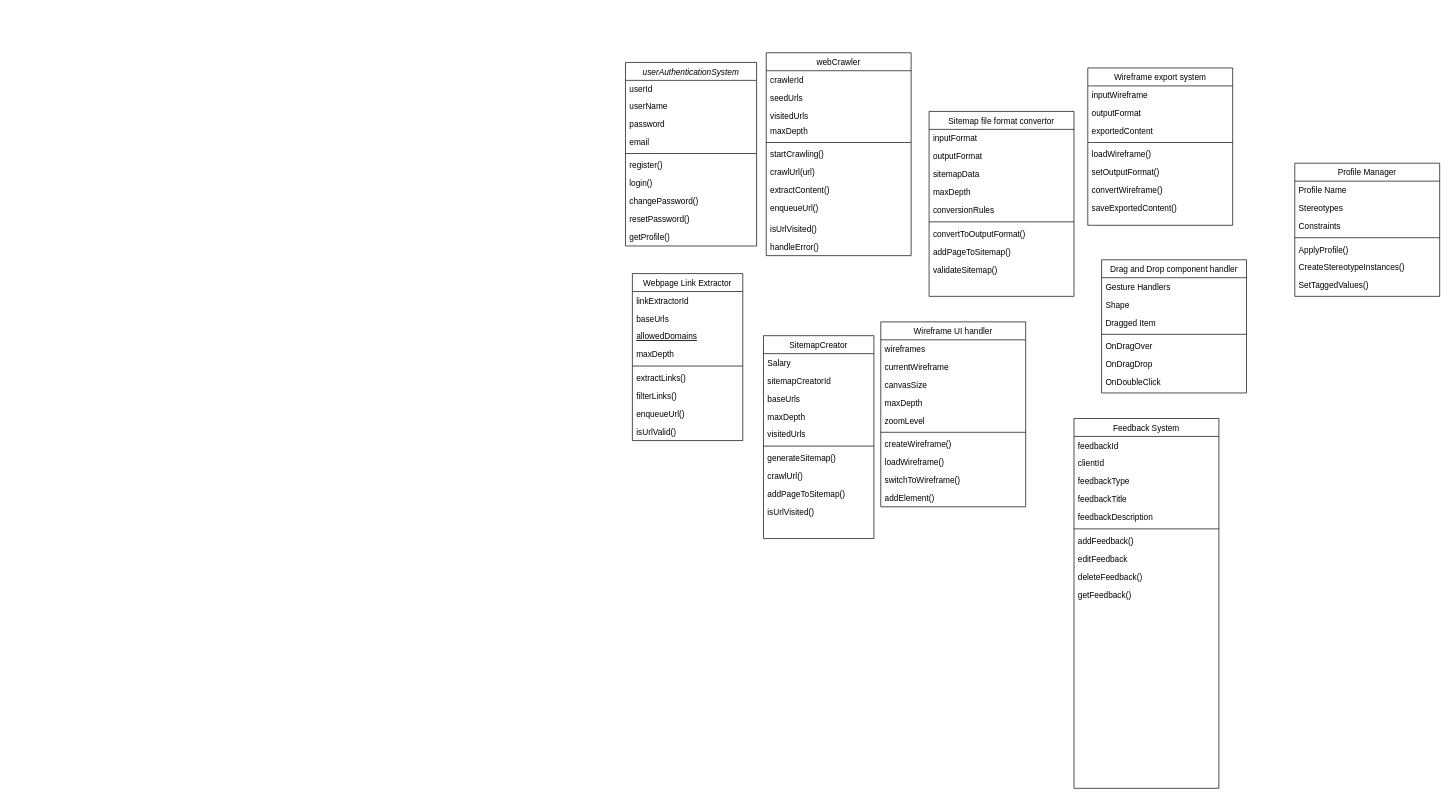
Above: Untitled Diagram.drawio in AnandWebTest/WebTest (draw.io), before the change. Source tidied: cells renumbered, new cells numbered last; positions are measured from the earlier drawing's top-left corner, leaving out a move shared by most shapes. Both pictures are drawn from the tidied source at 69%, with x=0, y=0 at pixel (625, 52).
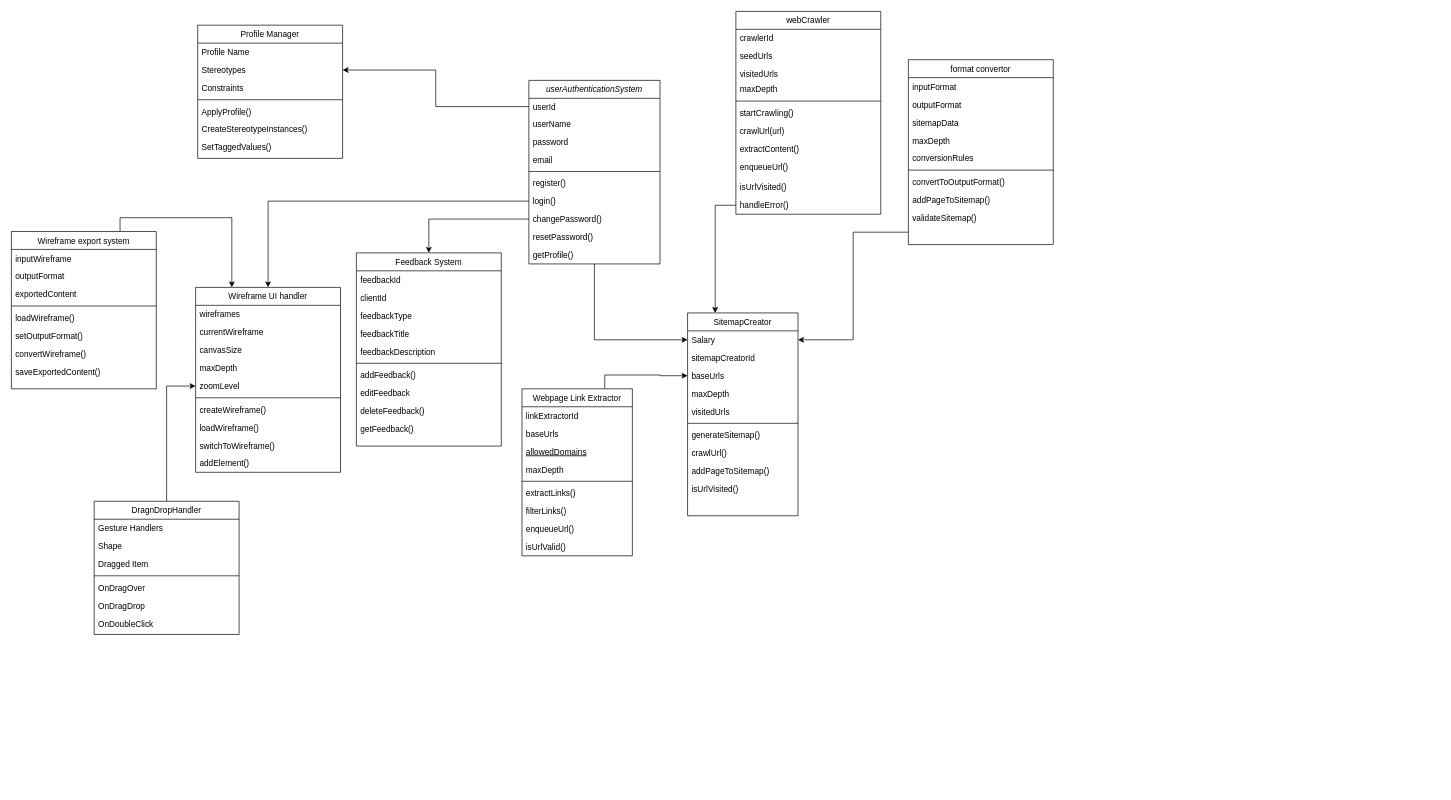
Above is the later version.

Unchanged cells that the change refers to:
```xml
<mxCell id="3" value="userId" style="text;align=left;verticalAlign=top;spacingLeft=4;spacingRight=4;overflow=hidden;points=[[0,0.5],[1,0.5]];portConstraint=eastwest;" parent="2" vertex="1">
  <mxGeometry y="26" width="190" height="24" as="geometry" />
</mxCell>
<mxCell id="9" value="login()" style="text;align=left;verticalAlign=top;spacingLeft=4;spacingRight=4;overflow=hidden;points=[[0,0.5],[1,0.5]];portConstraint=eastwest;" parent="2" vertex="1">
  <mxGeometry y="162" width="190" height="26" as="geometry" />
</mxCell>
<mxCell id="10" value="changePassword()" style="text;align=left;verticalAlign=top;spacingLeft=4;spacingRight=4;overflow=hidden;points=[[0,0.5],[1,0.5]];portConstraint=eastwest;" parent="2" vertex="1">
  <mxGeometry y="188" width="190" height="26" as="geometry" />
</mxCell>
<mxCell id="24" value="Salary" style="text;align=left;verticalAlign=top;spacingLeft=4;spacingRight=4;overflow=hidden;points=[[0,0.5],[1,0.5]];portConstraint=eastwest;" parent="23" vertex="1">
  <mxGeometry y="26" width="160" height="26" as="geometry" />
</mxCell>
<mxCell id="26" value="baseUrls" style="text;align=left;verticalAlign=top;spacingLeft=4;spacingRight=4;overflow=hidden;points=[[0,0.5],[1,0.5]];portConstraint=eastwest;" parent="23" vertex="1">
  <mxGeometry y="78" width="160" height="26" as="geometry" />
</mxCell>
<mxCell id="45" value="handleError()" style="text;align=left;verticalAlign=top;spacingLeft=4;spacingRight=4;overflow=hidden;points=[[0,0.5],[1,0.5]];portConstraint=eastwest;" parent="34" vertex="1">
  <mxGeometry y="268" width="210" height="26" as="geometry" />
</mxCell>
<mxCell id="86" value="Stereotypes" style="text;align=left;verticalAlign=top;spacingLeft=4;spacingRight=4;overflow=hidden;points=[[0,0.5],[1,0.5]];portConstraint=eastwest;" parent="84" vertex="1">
  <mxGeometry y="52" width="210" height="26" as="geometry" />
</mxCell>
<mxCell id="97" value="zoomLevel" style="text;align=left;verticalAlign=top;spacingLeft=4;spacingRight=4;overflow=hidden;points=[[0,0.5],[1,0.5]];portConstraint=eastwest;" parent="92" vertex="1">
  <mxGeometry y="130" width="210" height="26" as="geometry" />
</mxCell>
```

Change to the diagram source:
```diff
@@
+    <mxCell id="103" style="edgeStyle=orthogonalEdgeStyle;rounded=0;jettySize=auto;html=1;entryX=0;entryY=0.5;entryDx=0;entryDy=0;" parent="1" edge="1" source="2" target="24">
+      <mxGeometry relative="1" as="geometry" />
+    </mxCell>
     <mxCell id="2" value="userAuthenticationSystem" style="swimlane;fontStyle=2;align=center;verticalAlign=top;horizontal=1;startSize=26;rounded=0;shadow=0;strokeWidth=1;" parent="1" vertex="1">
-      <mxGeometry y="14" width="190" height="266" as="geometry" />
+      <mxGeometry x="-140" y="40" width="190" height="266" as="geometry" />
     </mxCell>
@@
+    <mxCell id="104" style="edgeStyle=orthogonalEdgeStyle;rounded=0;jettySize=auto;html=1;exitX=0.75;exitY=0;exitDx=0;exitDy=0;entryX=0;entryY=0.5;entryDx=0;entryDy=0;" parent="1" edge="1" source="13" target="26">
+      <mxGeometry relative="1" as="geometry" />
+    </mxCell>
     <mxCell id="13" value="Webpage Link Extractor" style="swimlane;fontStyle=0;align=center;verticalAlign=top;horizontal=1;startSize=26;rounded=0;shadow=0;strokeWidth=1;" parent="1" vertex="1">
-      <mxGeometry x="10" y="320" width="160" height="242" as="geometry" />
+      <mxGeometry x="-150" y="487" width="160" height="242" as="geometry" />
     </mxCell>
@@
     <mxCell id="23" value="SitemapCreator" style="swimlane;fontStyle=0;align=center;verticalAlign=top;horizontal=1;startSize=26;rounded=0;shadow=0;strokeWidth=1;" parent="1" vertex="1">
-      <mxGeometry x="200" y="410" width="160" height="294" as="geometry" />
+      <mxGeometry x="90" y="377" width="160" height="294" as="geometry" />
     </mxCell>
@@
     <mxCell id="34" value="webCrawler" style="swimlane;fontStyle=0;align=center;verticalAlign=top;horizontal=1;startSize=26;rounded=0;shadow=0;strokeWidth=1;" parent="1" vertex="1">
-      <mxGeometry x="204" width="210" height="294" as="geometry" />
+      <mxGeometry x="160" y="-60" width="210" height="294" as="geometry" />
     </mxCell>
@@
+    <mxCell id="105" style="edgeStyle=orthogonalEdgeStyle;rounded=0;jettySize=auto;html=1;entryX=1;entryY=0.5;entryDx=0;entryDy=0;" parent="1" edge="1" source="46" target="24">
+      <mxGeometry relative="1" as="geometry">
+        <Array as="points">
+          <mxPoint x="330" y="260" />
+          <mxPoint x="330" y="416" />
+        </Array>
+      </mxGeometry>
+    </mxCell>
-    <mxCell id="46" value="Sitemap file format convertor" style="swimlane;fontStyle=0;align=center;verticalAlign=top;horizontal=1;startSize=26;rounded=0;shadow=0;strokeWidth=1;" parent="1" vertex="1">
-      <mxGeometry x="440" y="85" width="210" height="268" as="geometry" />
+    <mxCell id="46" value="format convertor" style="swimlane;fontStyle=0;align=center;verticalAlign=top;horizontal=1;startSize=26;rounded=0;shadow=0;strokeWidth=1;" parent="1" vertex="1">
+      <mxGeometry x="410" y="10" width="210" height="268" as="geometry" />
     </mxCell>
@@
     <mxCell id="56" value="Feedback System" style="swimlane;fontStyle=0;align=center;verticalAlign=top;horizontal=1;startSize=26;rounded=0;shadow=0;strokeWidth=1;" parent="1" vertex="1">
-      <mxGeometry x="650" y="530" width="210" height="536" as="geometry" />
+      <mxGeometry x="-390" y="290" width="210" height="280" as="geometry" />
     </mxCell>
@@
+    <mxCell id="106" style="edgeStyle=orthogonalEdgeStyle;rounded=0;jettySize=auto;html=1;exitX=0.75;exitY=0;exitDx=0;exitDy=0;entryX=0.25;entryY=0;entryDx=0;entryDy=0;" parent="1" edge="1" source="67" target="92">
+      <mxGeometry relative="1" as="geometry" />
+    </mxCell>
     <mxCell id="67" value="Wireframe export system" style="swimlane;fontStyle=0;align=center;verticalAlign=top;horizontal=1;startSize=26;rounded=0;shadow=0;strokeWidth=1;" parent="1" vertex="1">
-      <mxGeometry x="670" y="22" width="210" height="228" as="geometry" />
+      <mxGeometry x="-890" y="259" width="210" height="228" as="geometry" />
     </mxCell>
@@
+    <mxCell id="107" style="edgeStyle=orthogonalEdgeStyle;rounded=0;jettySize=auto;html=1;exitX=0.5;exitY=0;exitDx=0;exitDy=0;" parent="1" edge="1" source="76" target="97">
+      <mxGeometry relative="1" as="geometry" />
+    </mxCell>
-    <mxCell id="76" value="Drag and Drop component handler" style="swimlane;fontStyle=0;align=center;verticalAlign=top;horizontal=1;startSize=26;rounded=0;shadow=0;strokeWidth=1;" parent="1" vertex="1">
-      <mxGeometry x="690" y="300" width="210" height="193" as="geometry" />
+    <mxCell id="76" value="DragnDropHandler" style="swimlane;fontStyle=0;align=center;verticalAlign=top;horizontal=1;startSize=26;rounded=0;shadow=0;strokeWidth=1;" parent="1" vertex="1">
+      <mxGeometry x="-770" y="650" width="210" height="193" as="geometry" />
     </mxCell>
@@
     <mxCell id="84" value="Profile Manager" style="swimlane;fontStyle=0;align=center;verticalAlign=top;horizontal=1;startSize=26;rounded=0;shadow=0;strokeWidth=1;" parent="1" vertex="1">
-      <mxGeometry x="970" y="160" width="210" height="193" as="geometry" />
+      <mxGeometry x="-620" y="-40" width="210" height="193" as="geometry" />
     </mxCell>
@@
     <mxCell id="92" value="Wireframe UI handler" style="swimlane;fontStyle=0;align=center;verticalAlign=top;horizontal=1;startSize=26;rounded=0;shadow=0;strokeWidth=1;" parent="1" vertex="1">
-      <mxGeometry x="370" y="390" width="210" height="268" as="geometry" />
+      <mxGeometry x="-623" y="340" width="210" height="268" as="geometry" />
     </mxCell>
@@
+    <mxCell id="108" style="edgeStyle=orthogonalEdgeStyle;rounded=0;jettySize=auto;html=1;exitX=0;exitY=0.5;exitDx=0;exitDy=0;entryX=0.25;entryY=0;entryDx=0;entryDy=0;" parent="1" edge="1" source="45" target="23">
+      <mxGeometry relative="1" as="geometry" />
+    </mxCell>
+    <mxCell id="109" style="edgeStyle=orthogonalEdgeStyle;rounded=0;jettySize=auto;html=1;exitX=0;exitY=0.5;exitDx=0;exitDy=0;entryX=0.5;entryY=0;entryDx=0;entryDy=0;" parent="1" edge="1" source="10" target="56">
+      <mxGeometry relative="1" as="geometry">
+        <Array as="points">
+          <mxPoint x="-285" y="241" />
+        </Array>
+      </mxGeometry>
+    </mxCell>
+    <mxCell id="110" style="edgeStyle=orthogonalEdgeStyle;rounded=0;jettySize=auto;html=1;exitX=0;exitY=0.5;exitDx=0;exitDy=0;entryX=1;entryY=0.5;entryDx=0;entryDy=0;" parent="1" edge="1" source="3" target="86">
+      <mxGeometry relative="1" as="geometry" />
+    </mxCell>
+    <mxCell id="111" style="edgeStyle=orthogonalEdgeStyle;rounded=0;jettySize=auto;html=1;exitX=0;exitY=0.5;exitDx=0;exitDy=0;entryX=0.5;entryY=0;entryDx=0;entryDy=0;" parent="1" edge="1" source="9" target="92">
+      <mxGeometry relative="1" as="geometry" />
+    </mxCell>
```
